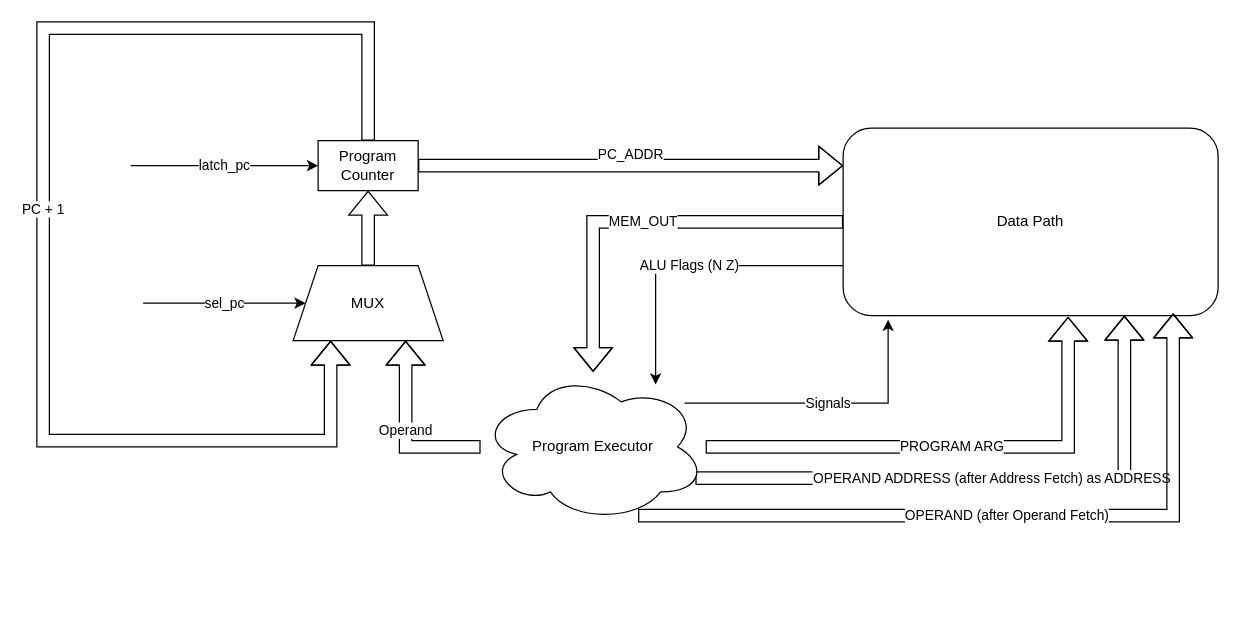
Earlier version of the draw.io diagram docs/schemes/cu.drawio (FEgor04/csa-lab3). Source tidied: cells renumbered, new cells numbered last; positions are measured from the earlier drawing's top-left corner, leaving out a move shared by most shapes. Both pictures are drawn from the tidied source at 125%, with x=0, y=0 at pixel (42, 28).
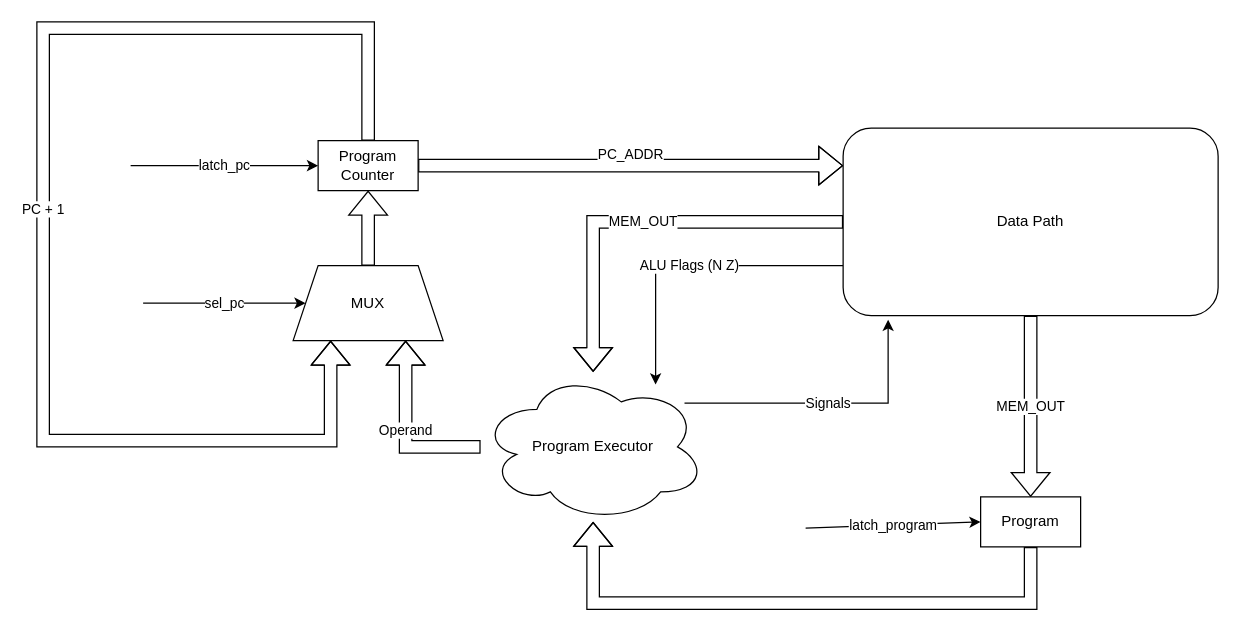
The same page after the edit.

The change refers to these unchanged cells:
```xml
<mxCell id="7" value="Data Path" style="rounded=1;whiteSpace=wrap;html=1;" parent="1" vertex="1">
  <mxGeometry x="640" y="80" width="300" height="150" as="geometry" />
</mxCell>
<mxCell id="12" value="Program Executor" style="ellipse;shape=cloud;whiteSpace=wrap;html=1;" parent="1" vertex="1">
  <mxGeometry x="350" y="275" width="180" height="120" as="geometry" />
</mxCell>
```

The edit, as a diff of the source:
```diff
@@
+    <mxCell id="18" value="MEM_OUT" style="edgeStyle=orthogonalEdgeStyle;rounded=0;jettySize=auto;html=1;shape=flexArrow;" parent="1" edge="1" source="7" target="20">
+      <mxGeometry relative="1" as="geometry" />
+    </mxCell>
@@
-    <mxCell id="11" value="OPERAND ADDRESS (after Address Fetch) as ADDRESS" style="edgeStyle=orthogonalEdgeStyle;rounded=0;jettySize=auto;html=1;entryX=0.75;entryY=1;entryDx=0;entryDy=0;shape=flexArrow;" parent="1" edge="1" source="12" target="7">
-      <mxGeometry relative="1" as="geometry">
-        <Array as="points">
-          <mxPoint x="865" y="360" />
-        </Array>
-      </mxGeometry>
-    </mxCell>
@@
-    <mxCell id="16" value="PROGRAM ARG" style="edgeStyle=orthogonalEdgeStyle;rounded=0;jettySize=auto;html=1;entryX=0.6;entryY=1.006;entryDx=0;entryDy=0;entryPerimeter=0;shape=flexArrow;" parent="1" edge="1" source="12" target="7">
-      <mxGeometry relative="1" as="geometry" />
-    </mxCell>
-    <mxCell id="17" value="OPERAND (after Operand Fetch)" style="edgeStyle=orthogonalEdgeStyle;rounded=0;jettySize=auto;html=1;entryX=0.88;entryY=0.988;entryDx=0;entryDy=0;entryPerimeter=0;shape=flexArrow;" parent="1" edge="1" source="12" target="7">
-      <mxGeometry relative="1" as="geometry">
-        <Array as="points">
-          <mxPoint x="904" y="390" />
-        </Array>
-      </mxGeometry>
-    </mxCell>
+    <mxCell id="19" style="edgeStyle=orthogonalEdgeStyle;rounded=0;jettySize=auto;html=1;shape=flexArrow;" parent="1" edge="1" source="20" target="12">
+      <mxGeometry relative="1" as="geometry">
+        <Array as="points">
+          <mxPoint x="790" y="460" />
+          <mxPoint x="440" y="460" />
+        </Array>
+      </mxGeometry>
+    </mxCell>
+    <mxCell id="20" value="Program" style="rounded=0;whiteSpace=wrap;html=1;" parent="1" vertex="1">
+      <mxGeometry x="750" y="375" width="80" height="40" as="geometry" />
+    </mxCell>
+    <mxCell id="21" value="latch_program" style="endArrow=classic;html=1;rounded=0;entryX=0;entryY=0.5;entryDx=0;entryDy=0;" parent="1" edge="1" target="20">
+      <mxGeometry relative="1" as="geometry">
+        <mxPoint x="610" y="400" as="sourcePoint" />
+      </mxGeometry>
+    </mxCell>
```
